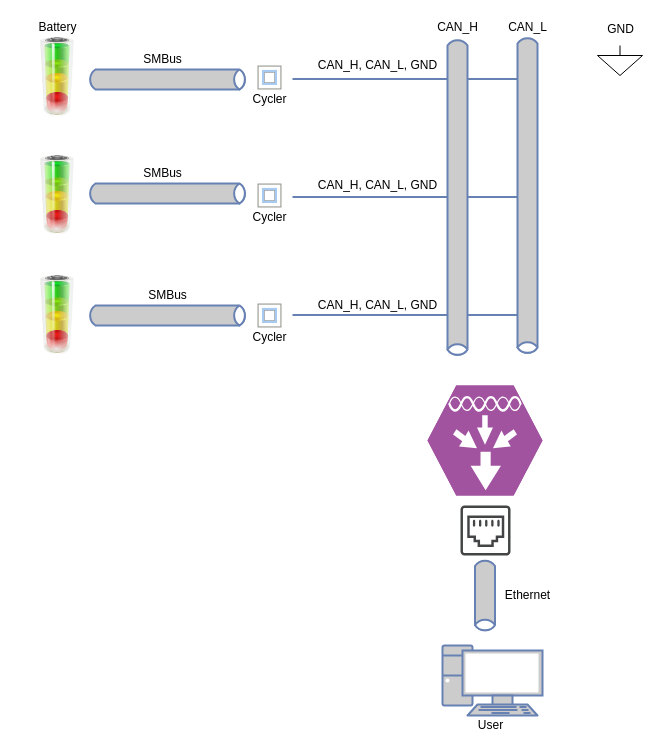
Before: Untitled Diagram.drawio in Elan427/path-planning, a draw.io diagram. Source tidied: cells renumbered, new cells numbered last; positions are measured from the earlier drawing's top-left corner, leaving out a move shared by most shapes. Both pictures are drawn from the tidied source at 100%, with x=0, y=0 at pixel (17, 17).
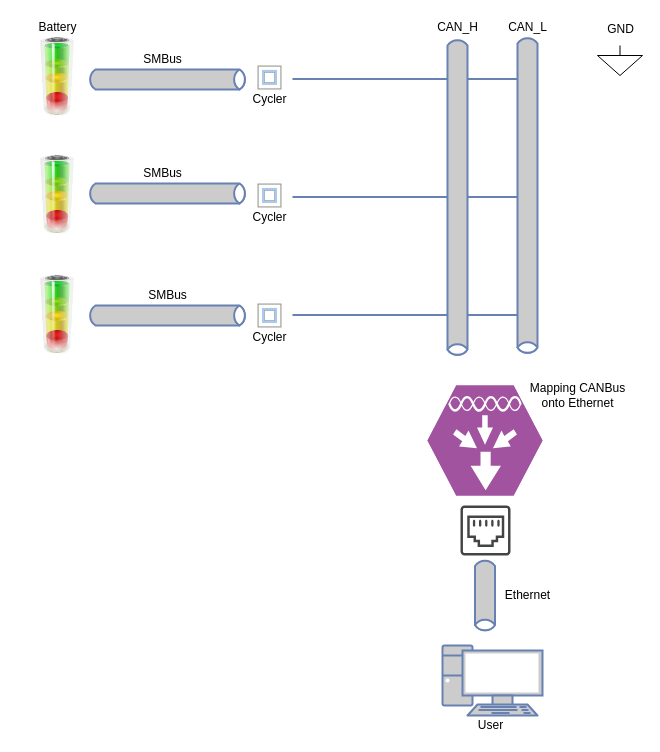
Above is the later version.

Change to the diagram source:
```diff
@@
-    <mxCell id="17" value="CAN_H, CAN_L, GND&lt;br&gt;" style="text;html=1;align=center;verticalAlign=middle;" parent="1" vertex="1">
-      <mxGeometry x="290" y="38" width="140" height="20" as="geometry" />
-    </mxCell>
-    <mxCell id="18" value="CAN_H, CAN_L, GND&lt;br&gt;" style="text;html=1;align=center;verticalAlign=middle;" parent="1" vertex="1">
-      <mxGeometry x="290" y="158" width="140" height="20" as="geometry" />
-    </mxCell>
-    <mxCell id="19" value="CAN_H, CAN_L, GND&lt;br&gt;" style="text;html=1;align=center;verticalAlign=middle;" parent="1" vertex="1">
-      <mxGeometry x="290" y="278" width="140" height="20" as="geometry" />
-    </mxCell>
@@
+    <mxCell id="36" value="Mapping CANBus &lt;br&gt;onto Ethernet&lt;br&gt;" style="text;html=1;align=center;verticalAlign=middle;" parent="1" vertex="1">
+      <mxGeometry x="505" y="363" width="110" height="30" as="geometry" />
+    </mxCell>
```
